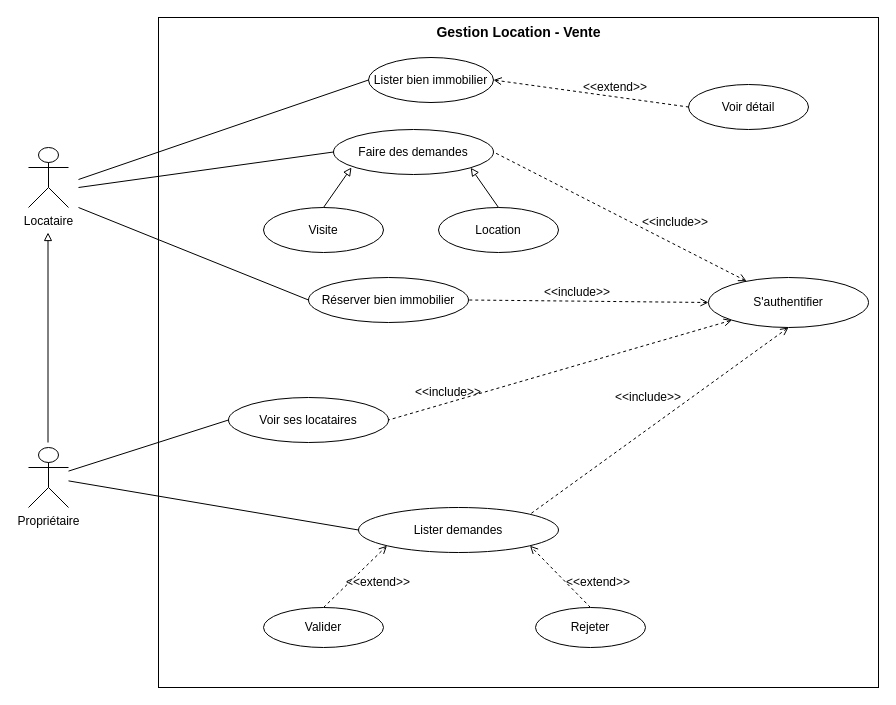
Tussa-D/diagramme_mrm keeps this draw.io diagram as Gestion Location - Vente.drawio. Above is the earlier version. Source tidied: cells renumbered, new cells numbered last; positions are measured from the earlier drawing's top-left corner, leaving out a move shared by most shapes. Both pictures are drawn from the tidied source at 100%, with x=0, y=0 at pixel (28, 17).
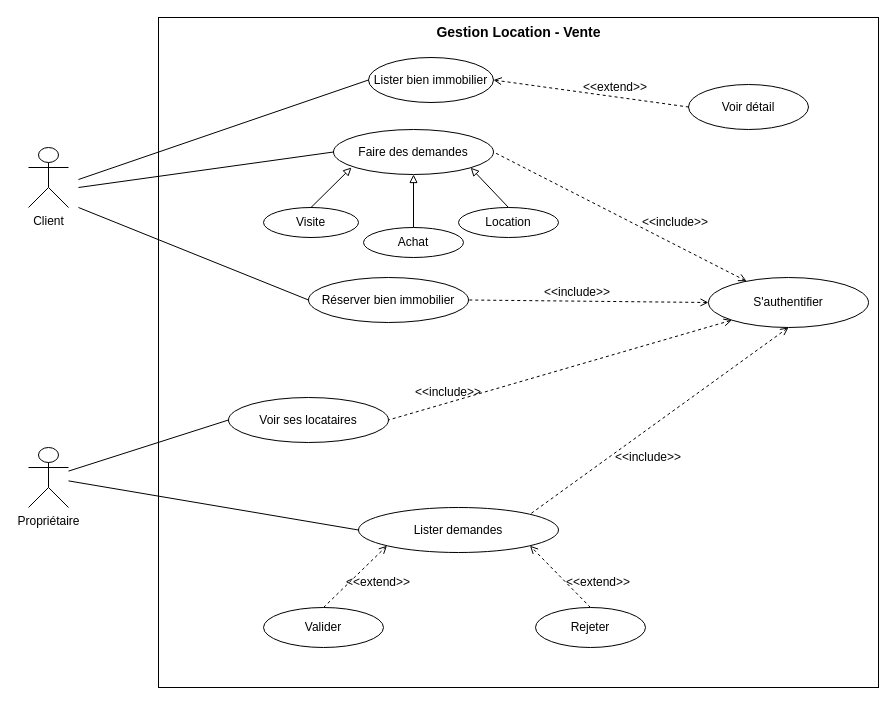
Above is the later version.

Commit message:
Mettre à jour Gestion Location - Vente.drawio

The change refers to these unchanged cells:
```xml
<mxCell id="5" value="Faire des demandes" style="ellipse;whiteSpace=wrap;html=1;" parent="1" vertex="1">
  <mxGeometry x="305" y="112" width="160" height="45" as="geometry" />
</mxCell>
```

Diff of the diagram source:
```diff
@@
-    <mxCell id="2" value="Locataire" style="shape=umlActor;verticalLabelPosition=bottom;verticalAlign=top;html=1;" parent="1" vertex="1">
+    <mxCell id="2" value="Client" style="shape=umlActor;verticalLabelPosition=bottom;verticalAlign=top;html=1;" parent="1" vertex="1">
       <mxGeometry y="130" width="40" height="60" as="geometry" />
     </mxCell>
@@
-    <mxCell id="20" style="edgeStyle=orthogonalEdgeStyle;rounded=0;orthogonalLoop=1;jettySize=auto;html=1;exitX=0.5;exitY=0;exitDx=0;exitDy=0;exitPerimeter=0;endArrow=block;endFill=0;" parent="1" edge="1">
-      <mxGeometry relative="1" as="geometry">
-        <mxPoint x="19.5" y="425" as="sourcePoint" />
-        <mxPoint x="19.5" y="215" as="targetPoint" />
-      </mxGeometry>
-    </mxCell>
@@
     <mxCell id="22" value="Visite" style="ellipse;whiteSpace=wrap;html=1;" parent="1" vertex="1">
-      <mxGeometry x="235" y="190" width="120" height="45" as="geometry" />
+      <mxGeometry x="235" y="190" width="95" height="30" as="geometry" />
     </mxCell>
     <mxCell id="23" value="Location" style="ellipse;whiteSpace=wrap;html=1;" parent="1" vertex="1">
-      <mxGeometry x="410" y="190" width="120" height="45" as="geometry" />
+      <mxGeometry x="430" y="190" width="100" height="30" as="geometry" />
     </mxCell>
@@
     <mxCell id="35" value="&amp;lt;&amp;lt;include&lt;span style=&quot;background-color: initial;&quot;&gt;&amp;gt;&amp;gt;&lt;/span&gt;" style="text;html=1;align=center;verticalAlign=middle;whiteSpace=wrap;rounded=0;" parent="1" vertex="1">
-      <mxGeometry x="590" y="365" width="60" height="30" as="geometry" />
+      <mxGeometry x="590" y="425" width="60" height="30" as="geometry" />
     </mxCell>
@@
+    <mxCell id="39" value="Achat" style="ellipse;whiteSpace=wrap;html=1;" parent="1" vertex="1">
+      <mxGeometry x="335" y="210" width="100" height="30" as="geometry" />
+    </mxCell>
+    <mxCell id="40" style="rounded=0;jettySize=auto;html=1;entryX=0.5;entryY=1;entryDx=0;entryDy=0;endArrow=block;endFill=0;exitX=0.5;exitY=0;exitDx=0;exitDy=0;startArrow=none;startFill=0;" parent="1" edge="1" source="39" target="5">
+      <mxGeometry relative="1" as="geometry" />
+    </mxCell>
```
